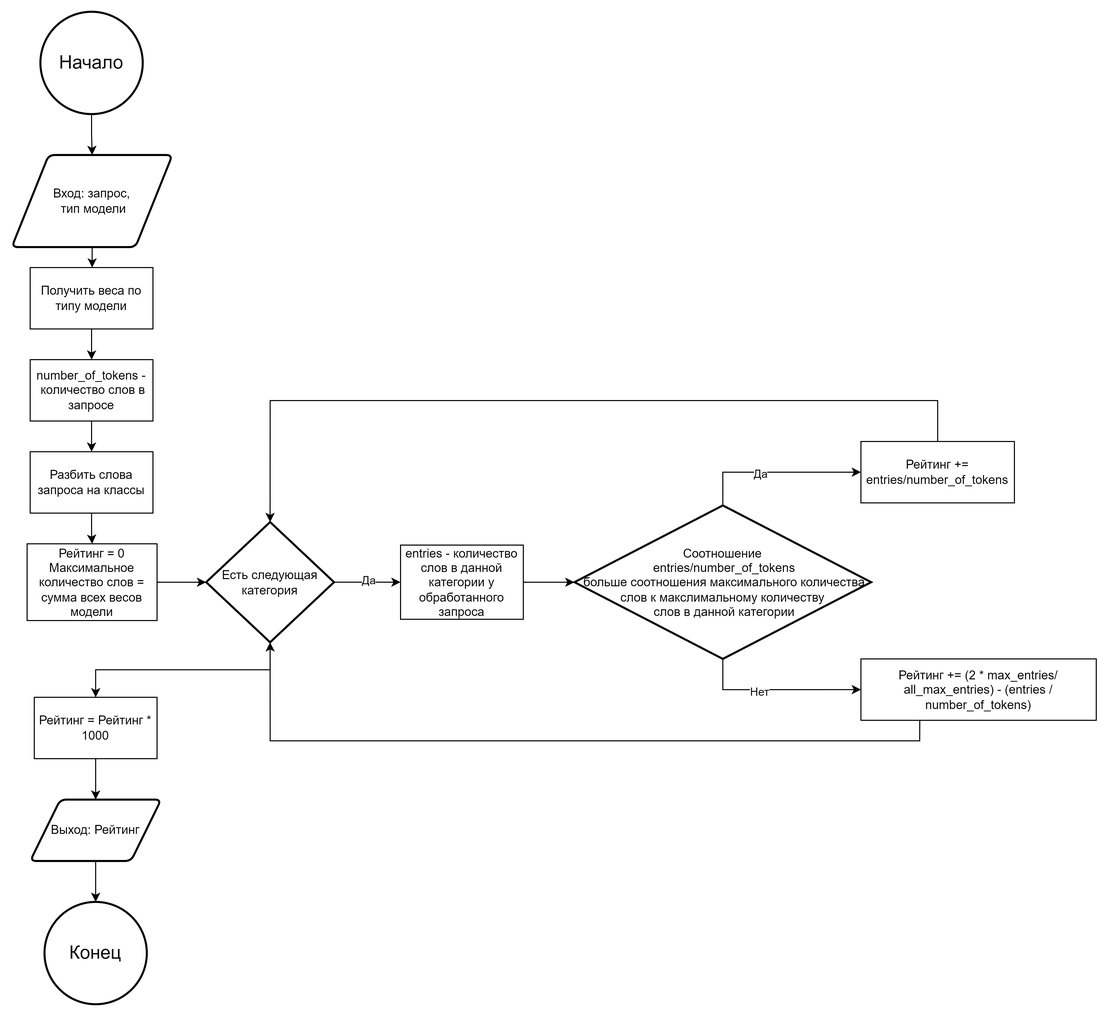
Before: docs/12_100229_1_188207/picture/Плакаты/rating-algoritm.png, a diagram exported from draw.io (EugeneSamokhval/Prompt-editor-project). Source tidied: cells renumbered, new cells last; positions are measured from the earlier drawing's top-left corner, leaving out a move shared by most shapes.
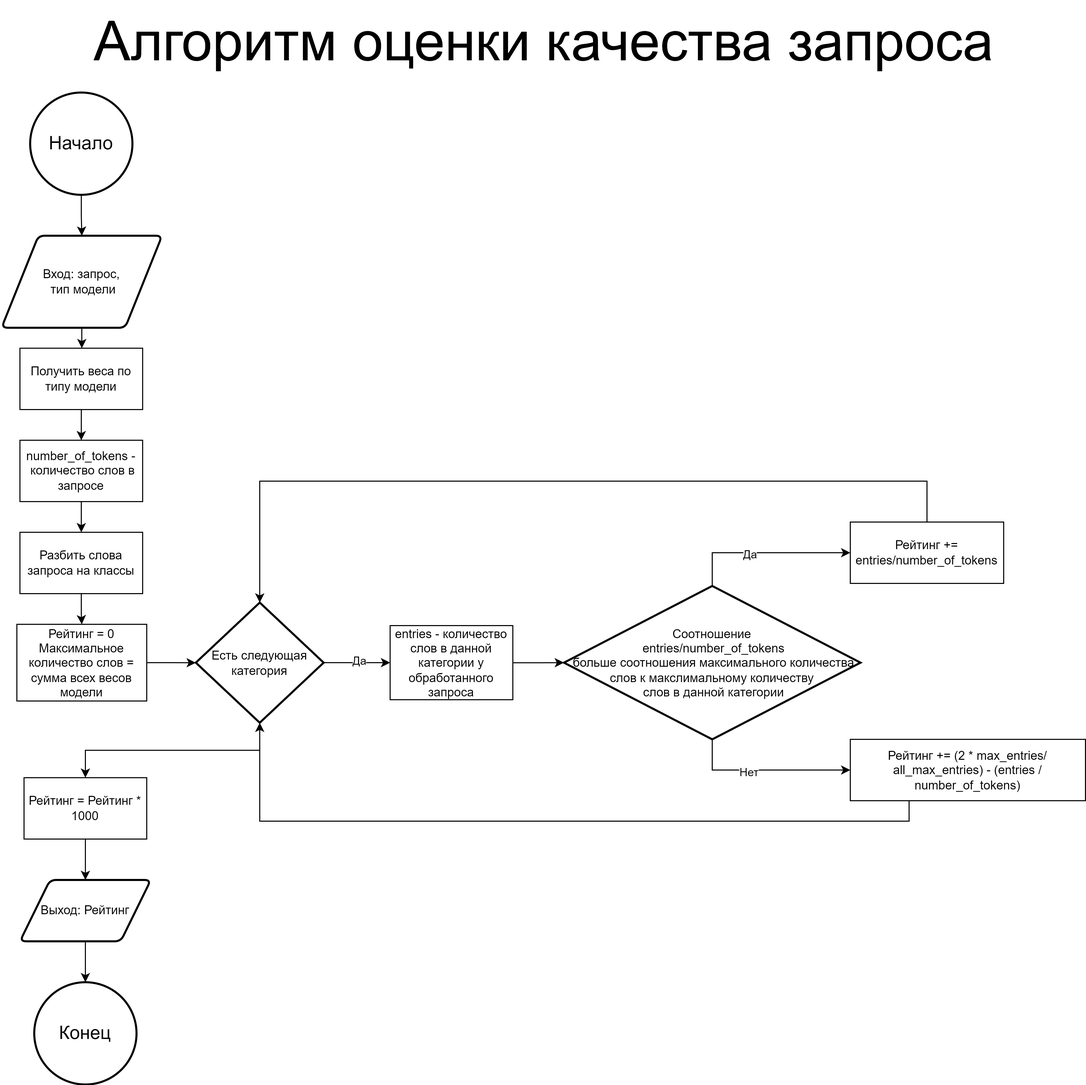
After the change.

Change to the diagram source:
```diff
@@ -105,5 +105,8 @@
     <mxCell id="33" value="Выход: Рейтинг" style="shape=parallelogram;html=1;strokeWidth=2;perimeter=parallelogramPerimeter;whiteSpace=wrap;rounded=1;arcSize=12;size=0.23;" parent="1" vertex="1">
       <mxGeometry x="18" y="770" width="128" height="60" as="geometry" />
     </mxCell>
+    <mxCell id="34" value="&lt;font style=&quot;font-size: 54px;&quot;&gt;Алгоритм оценки качества запроса&lt;/font&gt;" style="text;html=1;align=center;verticalAlign=middle;strokeColor=none;fillColor=none;" parent="1" vertex="1">
+      <mxGeometry x="80" y="-90" width="900" height="80" as="geometry" />
+    </mxCell>
   </root>
 </mxGraphModel>
```
